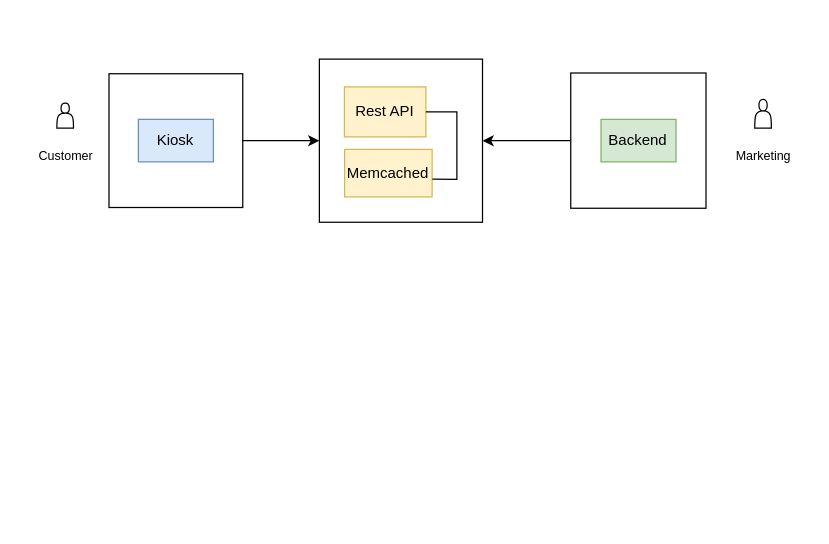
Before: Сервис адаптивного меню.drawio in ArlanovCsb/responsive_menu, a draw.io diagram. Source tidied: cells renumbered, new cells numbered last; positions are measured from the earlier drawing's top-left corner, leaving out a move shared by most shapes. Both pictures are drawn from the tidied source at 125%, with x=0, y=0 at pixel (21, 59).
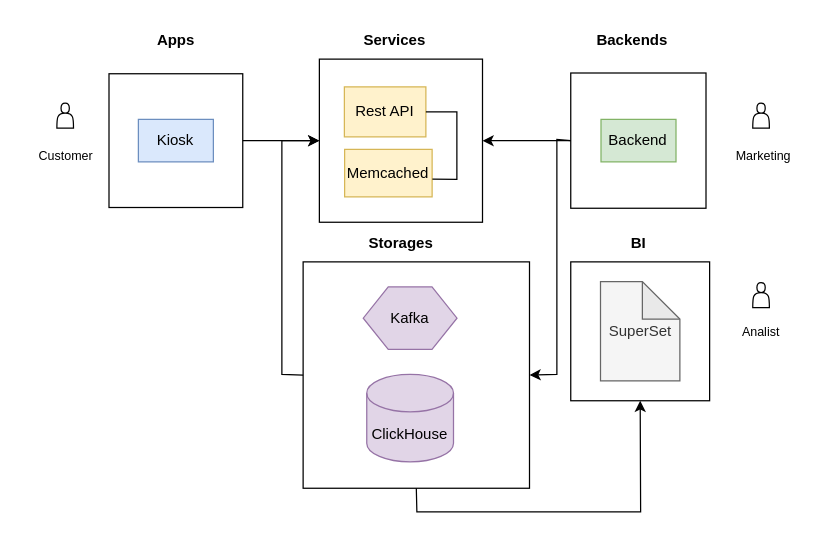
The same page after the edit.

Unchanged cells that the change refers to:
```xml
<mxCell id="2" style="whiteSpace=wrap;html=1;fillColor=none;" parent="1" vertex="1">
  <mxGeometry x="238" y="-0.2" width="130.5" height="130.5" as="geometry" />
</mxCell>
<mxCell id="13" style="whiteSpace=wrap;html=1;fillColor=none;" parent="1" vertex="1">
  <mxGeometry x="439.1" y="10.9" width="108.2" height="108.2" as="geometry" />
</mxCell>
```

The edit, as a diff of the source:
```diff
@@
+    <mxCell id="16" style="whiteSpace=wrap;html=1;fillColor=none;" parent="1" vertex="1">
+      <mxGeometry x="225" y="162" width="181.1" height="181.1" as="geometry" />
+    </mxCell>
+    <mxCell id="17" style="whiteSpace=wrap;html=1;fillColor=none;" parent="1" vertex="1">
+      <mxGeometry x="439.1" y="162" width="111.1" height="111.1" as="geometry" />
+    </mxCell>
@@
-    <mxCell id="8" style="shape=actor;whiteSpace=wrap;html=1;" parent="1" vertex="1">
-      <mxGeometry x="586.3" y="32" width="13.3" height="23" as="geometry" />
-    </mxCell>
@@
+    <mxCell id="18" value="Apps" style="text;html=1;align=center;verticalAlign=middle;strokeColor=none;fillColor=none;fontStyle=1;" parent="1" vertex="1">
+      <mxGeometry x="98.2" y="-30.2" width="50" height="30" as="geometry" />
+    </mxCell>
+    <mxCell id="19" value="Services" style="text;html=1;align=center;verticalAlign=middle;strokeColor=none;fillColor=none;fontStyle=1;" parent="1" vertex="1">
+      <mxGeometry x="263.2" y="-30.2" width="70" height="30" as="geometry" />
+    </mxCell>
+    <mxCell id="20" value="Backends" style="text;html=1;align=center;verticalAlign=middle;strokeColor=none;fillColor=none;fontStyle=1;" parent="1" vertex="1">
+      <mxGeometry x="448.2" y="-30.2" width="80" height="30" as="geometry" />
+    </mxCell>
+    <mxCell id="21" value="Storages" style="text;html=1;align=center;verticalAlign=middle;strokeColor=none;fillColor=none;fontStyle=1;" parent="1" vertex="1">
+      <mxGeometry x="268.2" y="132" width="70" height="30" as="geometry" />
+    </mxCell>
+    <mxCell id="22" value="ClickHouse" style="shape=cylinder3;whiteSpace=wrap;html=1;boundedLbl=1;backgroundOutline=1;size=15;fillColor=#e1d5e7;strokeColor=#9673a6;" parent="1" vertex="1">
+      <mxGeometry x="275.9" y="252" width="69.4" height="70" as="geometry" />
+    </mxCell>
+    <mxCell id="23" value="Kafka" style="shape=hexagon;perimeter=hexagonPerimeter2;whiteSpace=wrap;html=1;fixedSize=1;fillColor=#e1d5e7;strokeColor=#9673a6;" parent="1" vertex="1">
+      <mxGeometry x="273.1" y="182" width="75" height="50" as="geometry" />
+    </mxCell>
+    <mxCell id="24" style="endArrow=classic;html=1;rounded=0;exitX=0;exitY=0.5;exitDx=0;exitDy=0;entryX=1;entryY=0.5;entryDx=0;entryDy=0;" parent="1" edge="1" source="13" target="16">
+      <mxGeometry relative="1" as="geometry">
+        <Array as="points">
+          <mxPoint x="428" y="64" />
+          <mxPoint x="428" y="252" />
+        </Array>
+      </mxGeometry>
+    </mxCell>
+    <mxCell id="25" style="endArrow=classic;html=1;rounded=0;exitX=0;exitY=0.5;exitDx=0;exitDy=0;entryX=0;entryY=0.5;entryDx=0;entryDy=0;" parent="1" edge="1" source="16" target="2">
+      <mxGeometry relative="1" as="geometry">
+        <Array as="points">
+          <mxPoint x="208" y="252" />
+          <mxPoint x="208" y="65" />
+        </Array>
+      </mxGeometry>
+    </mxCell>
+    <mxCell id="26" value="BI" style="text;html=1;align=center;verticalAlign=middle;strokeColor=none;fillColor=none;fontStyle=1;" parent="1" vertex="1">
+      <mxGeometry x="473.2" y="132" width="40" height="30" as="geometry" />
+    </mxCell>
+    <mxCell id="27" value="SuperSet" style="shape=note;whiteSpace=wrap;html=1;backgroundOutline=1;darkOpacity=0.05;fillColor=#f5f5f5;fontColor=#333333;strokeColor=#666666;" parent="1" vertex="1">
+      <mxGeometry x="462.9" y="177.8" width="63.5" height="79.4" as="geometry" />
+    </mxCell>
+    <mxCell id="28" style="shape=actor;whiteSpace=wrap;html=1;" parent="1" vertex="1">
+      <mxGeometry x="584.7" y="35" width="13.3" height="20" as="geometry" />
+    </mxCell>
+    <mxCell id="29" style="endArrow=classic;html=1;rounded=0;exitX=0.5;exitY=1;exitDx=0;exitDy=0;entryX=0.5;entryY=1;entryDx=0;entryDy=0;" parent="1" edge="1" source="16" target="17">
+      <mxGeometry relative="1" as="geometry">
+        <Array as="points">
+          <mxPoint x="316" y="362" />
+          <mxPoint x="495" y="362" />
+        </Array>
+      </mxGeometry>
+    </mxCell>
+    <mxCell id="30" style="shape=actor;whiteSpace=wrap;html=1;" parent="1" vertex="1">
+      <mxGeometry x="584.7" y="178.5" width="13.3" height="20" as="geometry" />
+    </mxCell>
+    <mxCell id="31" value="&lt;span style=&quot;font-size: 10px;&quot;&gt;Analist&lt;/span&gt;" style="text;html=1;align=center;verticalAlign=middle;strokeColor=none;fillColor=none;" parent="1" vertex="1">
+      <mxGeometry x="566.3" y="202.6" width="50" height="30" as="geometry" />
+    </mxCell>
```
